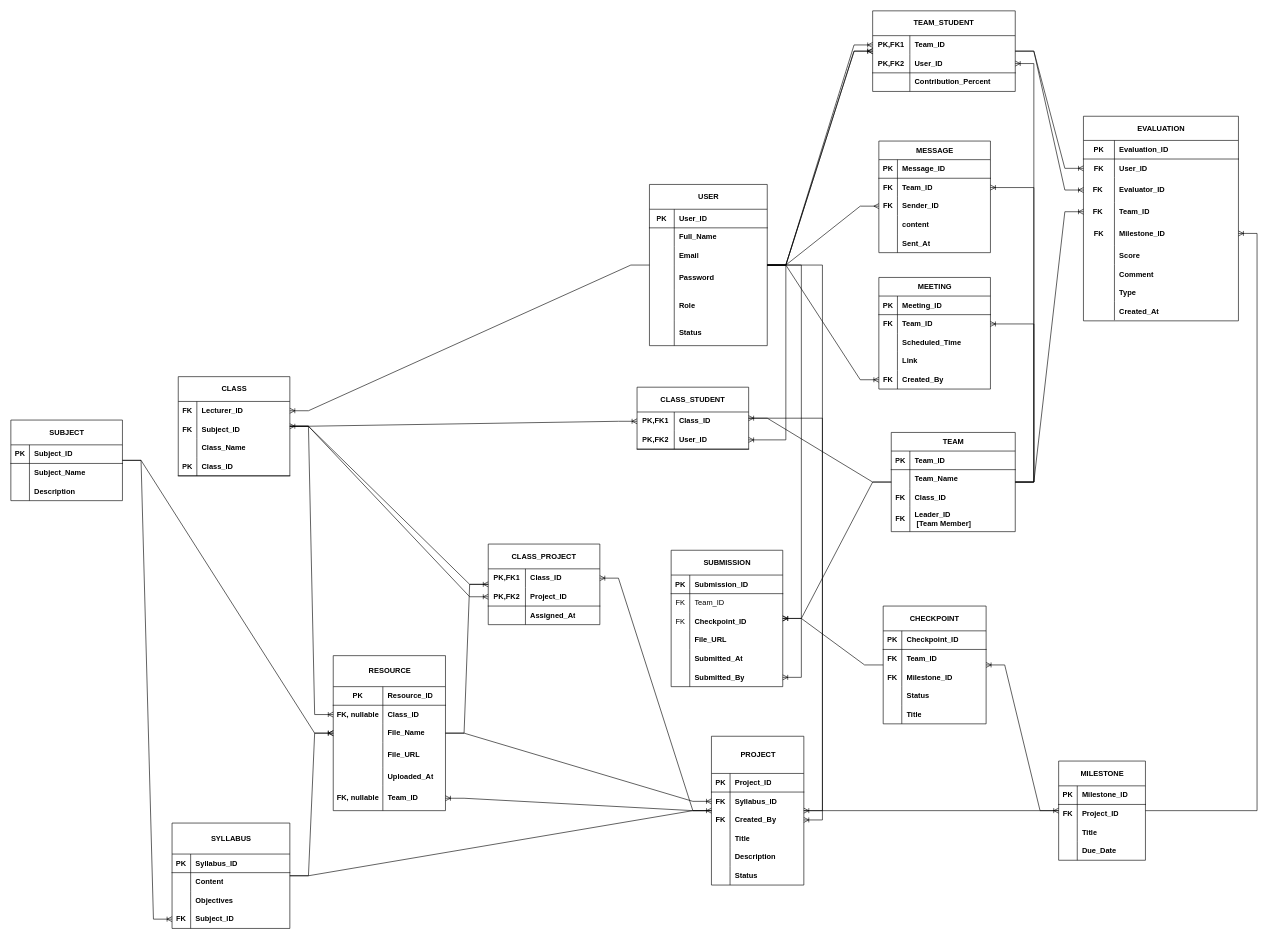
Above: COSRE(EDR).drawio in dangtvh/CollabSphere (draw.io), before the change. Source tidied: cells renumbered, new cells numbered last; positions are measured from the earlier drawing's top-left corner, leaving out a move shared by most shapes. Both pictures are drawn from the tidied source at 62%, with x=0, y=0 at pixel (11, 11).
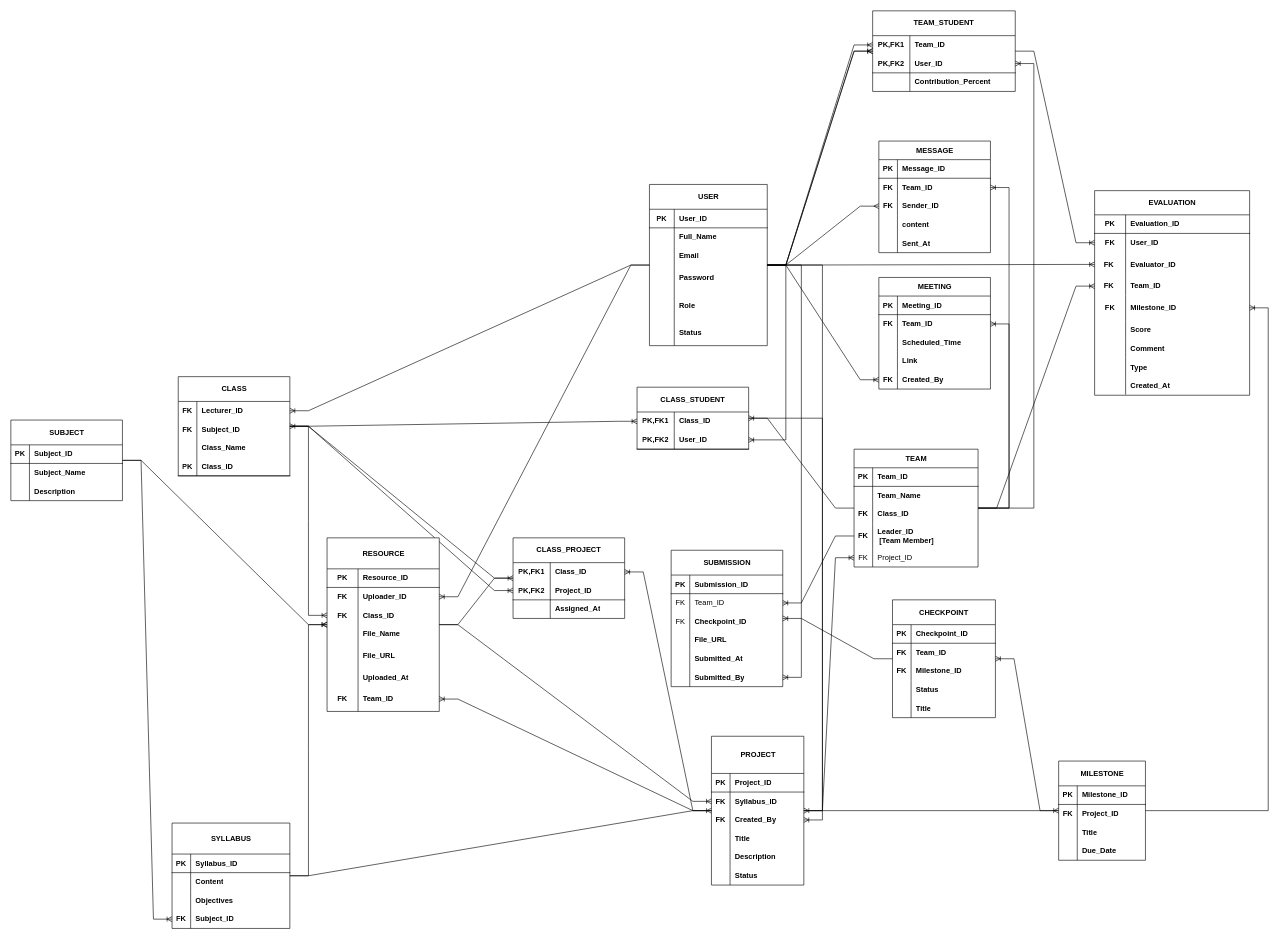
Above is the later version.

Unchanged cells that the change refers to:
```xml
<mxCell id="12" value="&lt;span&gt;SUBMISSION&lt;/span&gt;" style="shape=table;startSize=40;childLayout=tableLayout;rowLines=0;align=center;html=1;strokeColor=default;verticalAlign=middle;fillColor=default;fontStyle=1;" parent="1" vertex="1">
  <mxGeometry x="1065" y="870" width="180" height="220" as="geometry" />
</mxCell>
<mxCell id="16" style="shape=tableRow;horizontal=0;startSize=0;swimlaneHead=0;swimlaneBody=0;fillColor=none;points=[[0,0.5],[1,0.5]];portConstraint=eastwest;top=0;left=0;right=0;bottom=0;fontStyle=1;" parent="12" vertex="1">
  <mxGeometry y="70" width="180" height="30" as="geometry" />
</mxCell>
<mxCell id="107" value="USER" style="shape=table;startSize=40;childLayout=tableLayout;rowLines=0;fontStyle=1;align=center;html=1;" parent="1" vertex="1">
  <mxGeometry x="1030" y="280" width="190" height="260" as="geometry" />
</mxCell>
<mxCell id="137" style="shape=tableRow;horizontal=0;startSize=0;swimlaneHead=0;swimlaneBody=0;fillColor=none;points=[[0,0.5],[1,0.5]];portConstraint=eastwest;top=0;left=0;right=0;bottom=0;fontStyle=1;" parent="130" vertex="1">
  <mxGeometry y="99" width="250" height="40" as="geometry" />
</mxCell>
<mxCell id="190" style="shape=tableRow;horizontal=0;startSize=0;swimlaneHead=0;swimlaneBody=0;fillColor=none;points=[[0,0.5],[1,0.5]];portConstraint=eastwest;top=0;left=0;right=0;bottom=0;fontStyle=1;" parent="180" vertex="1">
  <mxGeometry y="120" width="200" height="40" as="geometry" />
</mxCell>
<mxCell id="194" value="&lt;span&gt;PROJECT&lt;/span&gt;" style="shape=table;startSize=60;childLayout=tableLayout;rowLines=0;align=center;html=1;strokeColor=default;verticalAlign=middle;fillColor=default;fontStyle=1;" parent="1" vertex="1">
  <mxGeometry x="1130" y="1170" width="149" height="240" as="geometry" />
</mxCell>
<mxCell id="239" style="shape=tableRow;horizontal=0;startSize=0;swimlaneHead=0;swimlaneBody=0;fillColor=none;top=0;left=0;right=0;bottom=1;strokeColor=default;align=center;verticalAlign=middle;fontStyle=1;" parent="238" vertex="1">
  <mxGeometry y="50" width="181" height="30" as="geometry" />
</mxCell>
<mxCell id="259" value="&lt;span style=&quot;text-wrap-mode: nowrap;&quot;&gt;TEAM_STUDENT&lt;/span&gt;" style="shape=table;startSize=40;childLayout=tableLayout;rowLines=0;fontStyle=1;align=center;html=1;whiteSpace=wrap;flipH=1;" parent="1" vertex="1">
  <mxGeometry x="1390" width="230" height="130" as="geometry" />
</mxCell>
```

Change to the diagram source:
```diff
@@
     <mxCell id="31" value="CHECKPOINT" style="shape=table;startSize=40;childLayout=tableLayout;rowLines=0;align=center;strokeColor=default;verticalAlign=middle;fillColor=default;fontStyle=1;" parent="1" vertex="1">
-      <mxGeometry x="1407" y="960" width="166" height="190" as="geometry" />
+      <mxGeometry x="1422" y="950" width="166" height="190" as="geometry" />
     </mxCell>
@@
     <mxCell id="130" value="EVALUATION" style="shape=table;startSize=39;childLayout=tableLayout;rowLines=0;fontStyle=1;align=center;html=1;" parent="1" vertex="1">
-      <mxGeometry x="1730" y="170" width="250" height="330" as="geometry" />
+      <mxGeometry x="1748" y="290" width="250" height="330" as="geometry" />
     </mxCell>
@@
-    <mxCell id="177" style="edgeStyle=entityRelationEdgeStyle;fontSize=12;html=1;endArrow=ERoneToMany;rounded=0;fontStyle=1;" parent="1" edge="1" source="259" target="137">
-      <mxGeometry relative="1" as="geometry" />
-    </mxCell>
@@
     <mxCell id="180" value="&lt;span&gt;TEAM&lt;/span&gt;" style="shape=table;startSize=30;childLayout=tableLayout;rowLines=0;align=center;html=1;strokeColor=default;verticalAlign=middle;fillColor=default;fontStyle=1;" parent="1" vertex="1">
-      <mxGeometry x="1420" y="680" width="200" height="160" as="geometry" />
+      <mxGeometry x="1360" y="707" width="200" height="190" as="geometry" />
     </mxCell>
@@
+    <mxCell id="278" style="shape=tableRow;horizontal=0;startSize=0;swimlaneHead=0;swimlaneBody=0;fillColor=none;points=[[0,0.5],[1,0.5]];portConstraint=eastwest;top=0;left=0;right=0;bottom=0;" parent="180" vertex="1">
+      <mxGeometry y="160" width="200" height="30" as="geometry" />
+    </mxCell>
+    <mxCell id="279" value="FK" style="shape=partialRectangle;fillColor=none;top=0;left=0;bottom=0;right=0;fontStyle=0;overflow=hidden;whiteSpace=wrap;html=1;" parent="278" vertex="1">
+      <mxGeometry width="30" height="30" as="geometry" />
+    </mxCell>
+    <mxCell id="280" value="Project_ID" style="shape=partialRectangle;fillColor=none;top=0;left=0;bottom=0;right=0;align=left;spacingLeft=6;fontStyle=0;overflow=hidden;whiteSpace=wrap;html=1;" parent="278" vertex="1">
+      <mxGeometry x="30" width="170" height="30" as="geometry" />
+    </mxCell>
@@
     <mxCell id="218" value="&lt;span style=&quot;text-wrap-mode: nowrap;&quot;&gt;CLASS_PROJECT&lt;/span&gt;" style="shape=table;startSize=40;childLayout=tableLayout;rowLines=0;fontStyle=1;align=center;html=1;whiteSpace=wrap;" parent="1" vertex="1">
-      <mxGeometry x="770" y="860" width="180" height="130" as="geometry" />
+      <mxGeometry x="810" y="850" width="180" height="130" as="geometry" />
     </mxCell>
@@
     <mxCell id="238" value="&lt;span&gt;RESOURCE&lt;/span&gt;" style="shape=table;startSize=50;childLayout=tableLayout;rowLines=0;align=center;html=1;strokeColor=default;verticalAlign=middle;fillColor=default;fontStyle=1;" parent="1" vertex="1">
-      <mxGeometry x="520" y="1040" width="181" height="250" as="geometry" />
+      <mxGeometry x="510" y="850" width="181" height="280" as="geometry" />
     </mxCell>
@@
     <mxCell id="240" value="PK" style="shape=partialRectangle;fillColor=none;top=0;left=0;bottom=0;right=0;fontStyle=1;overflow=hidden;whiteSpace=wrap;html=1;strokeColor=default;align=center;verticalAlign=middle;fontFamily=Helvetica;fontSize=12;fontColor=default;" parent="239" vertex="1">
-      <mxGeometry width="80" height="30" as="geometry" />
+      <mxGeometry width="50" height="30" as="geometry" />
     </mxCell>
     <mxCell id="241" value="Resource_ID" style="shape=partialRectangle;fillColor=none;top=0;left=0;bottom=0;right=0;align=left;spacingLeft=6;overflow=hidden;whiteSpace=wrap;html=1;strokeColor=default;verticalAlign=middle;fontStyle=1;" parent="239" vertex="1">
-      <mxGeometry x="80" width="101" height="30" as="geometry" />
+      <mxGeometry x="50" width="131" height="30" as="geometry" />
     </mxCell>
+    <mxCell id="281" style="shape=tableRow;horizontal=0;startSize=0;swimlaneHead=0;swimlaneBody=0;fillColor=none;points=[[0,0.5],[1,0.5]];portConstraint=eastwest;top=0;left=0;right=0;bottom=0;fontStyle=0;fontColor=#FF2229;" parent="238" vertex="1">
+      <mxGeometry y="80" width="181" height="30" as="geometry" />
+    </mxCell>
+    <mxCell id="282" value="&lt;b&gt;FK&lt;/b&gt;" style="shape=partialRectangle;fillColor=none;top=0;left=0;bottom=0;right=0;fontStyle=0;overflow=hidden;whiteSpace=wrap;html=1;" parent="281" vertex="1">
+      <mxGeometry width="50" height="30" as="geometry" />
+    </mxCell>
+    <mxCell id="283" value="&lt;b&gt;Uploader_ID&lt;/b&gt;" style="shape=partialRectangle;fillColor=none;top=0;left=0;bottom=0;right=0;align=left;spacingLeft=6;fontStyle=0;overflow=hidden;whiteSpace=wrap;html=1;" parent="281" vertex="1">
+      <mxGeometry x="50" width="131" height="30" as="geometry" />
+    </mxCell>
     <mxCell id="242" style="shape=tableRow;horizontal=0;startSize=0;swimlaneHead=0;swimlaneBody=0;fillColor=none;points=[[0,0.5],[1,0.5]];portConstraint=eastwest;top=0;left=0;right=0;bottom=0;fontStyle=1;" parent="238" vertex="1">
-      <mxGeometry y="80" width="181" height="30" as="geometry" />
+      <mxGeometry y="110" width="181" height="30" as="geometry" />
     </mxCell>
-    <mxCell id="243" value="FK, nullable" style="shape=partialRectangle;fillColor=none;top=0;left=0;bottom=0;right=0;fontStyle=1;overflow=hidden;whiteSpace=wrap;html=1;" parent="242" vertex="1">
-      <mxGeometry width="80" height="30" as="geometry" />
+    <mxCell id="243" value="FK" style="shape=partialRectangle;fillColor=none;top=0;left=0;bottom=0;right=0;fontStyle=1;overflow=hidden;whiteSpace=wrap;html=1;" parent="242" vertex="1">
+      <mxGeometry width="50" height="30" as="geometry" />
     </mxCell>
     <mxCell id="244" value="Class_ID&amp;nbsp;" style="shape=partialRectangle;fillColor=none;top=0;left=0;bottom=0;right=0;align=left;spacingLeft=6;fontStyle=1;overflow=hidden;whiteSpace=wrap;html=1;" parent="242" vertex="1">
-      <mxGeometry x="80" width="101" height="30" as="geometry" />
+      <mxGeometry x="50" width="131" height="30" as="geometry" />
     </mxCell>
     <mxCell id="245" style="shape=tableRow;horizontal=0;startSize=0;swimlaneHead=0;swimlaneBody=0;fillColor=none;top=0;left=0;right=0;bottom=0;strokeColor=default;align=center;verticalAlign=middle;fontFamily=Helvetica;fontSize=12;fontColor=default;fontStyle=1;" parent="238" vertex="1">
-      <mxGeometry y="110" width="181" height="30" as="geometry" />
+      <mxGeometry y="140" width="181" height="30" as="geometry" />
     </mxCell>
     <mxCell id="246" style="shape=partialRectangle;fillColor=none;top=0;left=0;bottom=0;right=0;overflow=hidden;whiteSpace=wrap;html=1;strokeColor=default;align=center;verticalAlign=middle;fontFamily=Helvetica;fontSize=12;fontColor=default;fontStyle=1;" parent="245" vertex="1">
-      <mxGeometry width="80" height="30" as="geometry" />
+      <mxGeometry width="50" height="30" as="geometry" />
     </mxCell>
     <mxCell id="247" value="File_Name" style="shape=partialRectangle;fillColor=none;top=0;left=0;bottom=0;right=0;align=left;spacingLeft=6;overflow=hidden;whiteSpace=wrap;html=1;strokeColor=default;verticalAlign=middle;fontFamily=Helvetica;fontSize=12;fontColor=default;fontStyle=1;" parent="245" vertex="1">
-      <mxGeometry x="80" width="101" height="30" as="geometry" />
+      <mxGeometry x="50" width="131" height="30" as="geometry" />
     </mxCell>
     <mxCell id="248" style="shape=tableRow;horizontal=0;startSize=0;swimlaneHead=0;swimlaneBody=0;fillColor=none;top=0;left=0;right=0;bottom=0;strokeColor=default;align=center;verticalAlign=middle;fontFamily=Helvetica;fontSize=12;fontColor=default;fontStyle=1;" parent="238" vertex="1">
-      <mxGeometry y="140" width="181" height="40" as="geometry" />
+      <mxGeometry y="170" width="181" height="40" as="geometry" />
     </mxCell>
     <mxCell id="249" style="shape=partialRectangle;fillColor=none;top=0;left=0;bottom=0;right=0;overflow=hidden;whiteSpace=wrap;html=1;strokeColor=default;align=center;verticalAlign=middle;fontFamily=Helvetica;fontSize=12;fontColor=default;fontStyle=1;" parent="248" vertex="1">
-      <mxGeometry width="80" height="40" as="geometry" />
+      <mxGeometry width="50" height="40" as="geometry" />
     </mxCell>
     <mxCell id="250" value="File_URL" style="shape=partialRectangle;fillColor=none;top=0;left=0;bottom=0;right=0;align=left;spacingLeft=6;overflow=hidden;whiteSpace=wrap;html=1;strokeColor=default;verticalAlign=middle;fontFamily=Helvetica;fontSize=12;fontColor=default;fontStyle=1;" parent="248" vertex="1">
-      <mxGeometry x="80" width="101" height="40" as="geometry" />
+      <mxGeometry x="50" width="131" height="40" as="geometry" />
     </mxCell>
     <mxCell id="251" style="shape=tableRow;horizontal=0;startSize=0;swimlaneHead=0;swimlaneBody=0;fillColor=none;top=0;left=0;right=0;bottom=0;strokeColor=default;align=center;verticalAlign=middle;fontFamily=Helvetica;fontSize=12;fontColor=default;fontStyle=1;" parent="238" vertex="1">
-      <mxGeometry y="180" width="181" height="30" as="geometry" />
+      <mxGeometry y="210" width="181" height="30" as="geometry" />
     </mxCell>
     <mxCell id="252" style="shape=partialRectangle;fillColor=none;top=0;left=0;bottom=0;right=0;overflow=hidden;whiteSpace=wrap;html=1;strokeColor=default;align=center;verticalAlign=middle;fontFamily=Helvetica;fontSize=12;fontColor=default;fontStyle=1;" parent="251" vertex="1">
-      <mxGeometry width="80" height="30" as="geometry" />
+      <mxGeometry width="50" height="30" as="geometry" />
     </mxCell>
     <mxCell id="253" value="Uploaded_At" style="shape=partialRectangle;fillColor=none;top=0;left=0;bottom=0;right=0;align=left;spacingLeft=6;overflow=hidden;whiteSpace=wrap;html=1;strokeColor=default;verticalAlign=middle;fontFamily=Helvetica;fontSize=12;fontColor=default;fontStyle=1;" parent="251" vertex="1">
-      <mxGeometry x="80" width="101" height="30" as="geometry" />
+      <mxGeometry x="50" width="131" height="30" as="geometry" />
     </mxCell>
     <mxCell id="254" style="shape=tableRow;horizontal=0;startSize=0;swimlaneHead=0;swimlaneBody=0;fillColor=none;points=[[0,0.5],[1,0.5]];portConstraint=eastwest;top=0;left=0;right=0;bottom=0;fontStyle=1;" parent="238" vertex="1">
-      <mxGeometry y="210" width="181" height="40" as="geometry" />
+      <mxGeometry y="240" width="181" height="40" as="geometry" />
     </mxCell>
-    <mxCell id="255" value="FK, nullable" style="shape=partialRectangle;fillColor=none;top=0;left=0;bottom=0;right=0;fontStyle=1;overflow=hidden;whiteSpace=wrap;html=1;" parent="254" vertex="1">
-      <mxGeometry width="80" height="40" as="geometry" />
+    <mxCell id="255" value="FK" style="shape=partialRectangle;fillColor=none;top=0;left=0;bottom=0;right=0;fontStyle=1;overflow=hidden;whiteSpace=wrap;html=1;" parent="254" vertex="1">
+      <mxGeometry width="50" height="40" as="geometry" />
     </mxCell>
     <mxCell id="256" value="Team_ID&amp;nbsp;" style="shape=partialRectangle;fillColor=none;top=0;left=0;bottom=0;right=0;align=left;spacingLeft=6;fontStyle=1;overflow=hidden;whiteSpace=wrap;html=1;" parent="254" vertex="1">
-      <mxGeometry x="80" width="101" height="40" as="geometry" />
+      <mxGeometry x="50" width="131" height="40" as="geometry" />
     </mxCell>
@@
-    <mxCell id="271" style="edgeStyle=entityRelationEdgeStyle;fontSize=12;html=1;endArrow=ERoneToMany;rounded=0;fontStyle=1;" parent="1" edge="1" source="180" target="12">
+    <mxCell id="271" style="edgeStyle=entityRelationEdgeStyle;fontSize=12;html=1;endArrow=ERoneToMany;rounded=0;fontStyle=1;" parent="1" edge="1" source="190" target="16">
       <mxGeometry relative="1" as="geometry" />
     </mxCell>
@@
+    <mxCell id="284" style="edgeStyle=entityRelationEdgeStyle;fontSize=12;html=1;endArrow=ERoneToMany;rounded=0;" parent="1" edge="1" source="107" target="281">
+      <mxGeometry relative="1" as="geometry" />
+    </mxCell>
+    <mxCell id="285" style="edgeStyle=entityRelationEdgeStyle;fontSize=12;html=1;endArrow=ERoneToMany;rounded=0;" parent="1" edge="1" source="107" target="137">
+      <mxGeometry relative="1" as="geometry" />
+    </mxCell>
+    <mxCell id="286" style="edgeStyle=entityRelationEdgeStyle;fontSize=12;html=1;endArrow=ERoneToMany;rounded=0;" parent="1" edge="1" source="194" target="278">
+      <mxGeometry relative="1" as="geometry" />
+    </mxCell>
```
